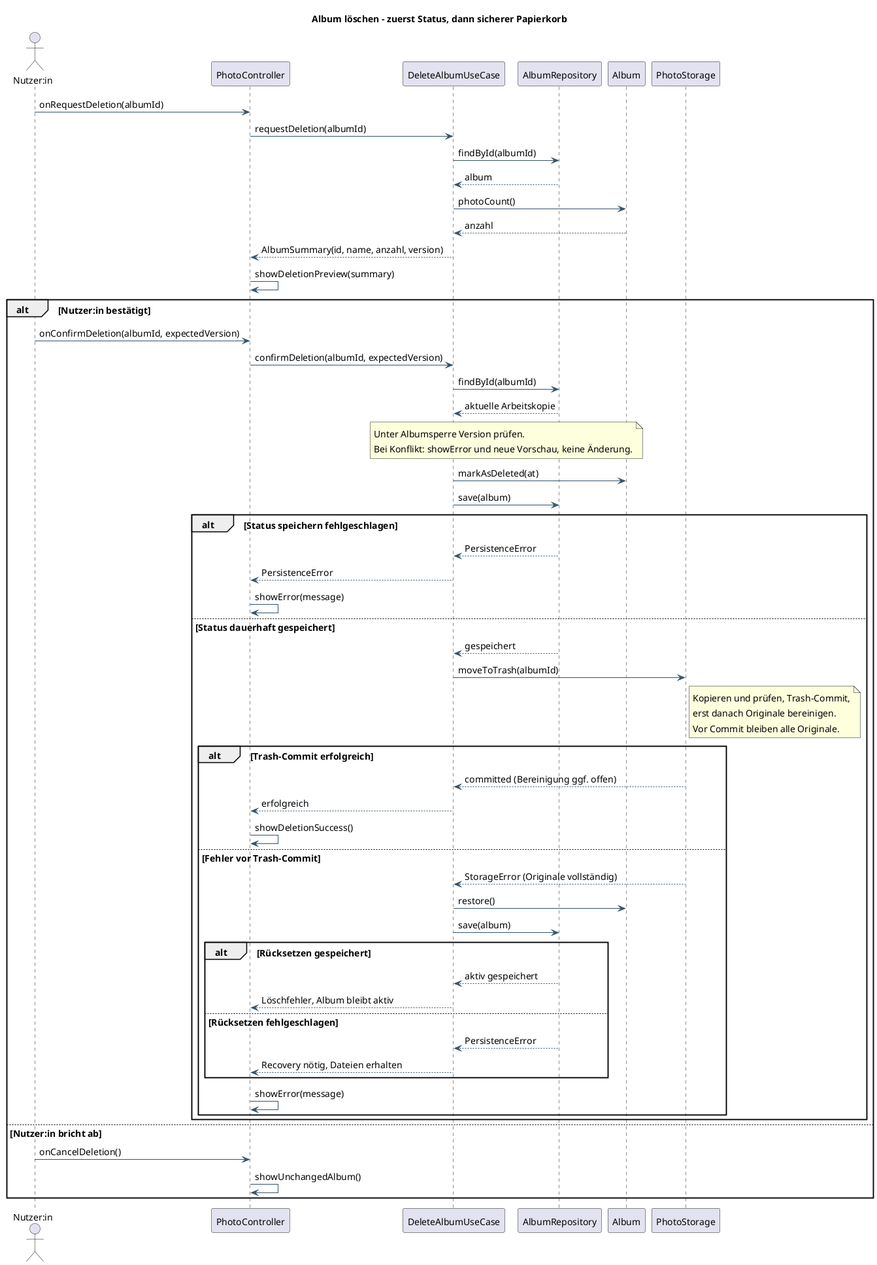
Above: docs/design/album-loeschen.png in ichessebaeume1/PhotoApp (PlantUML), before the change.
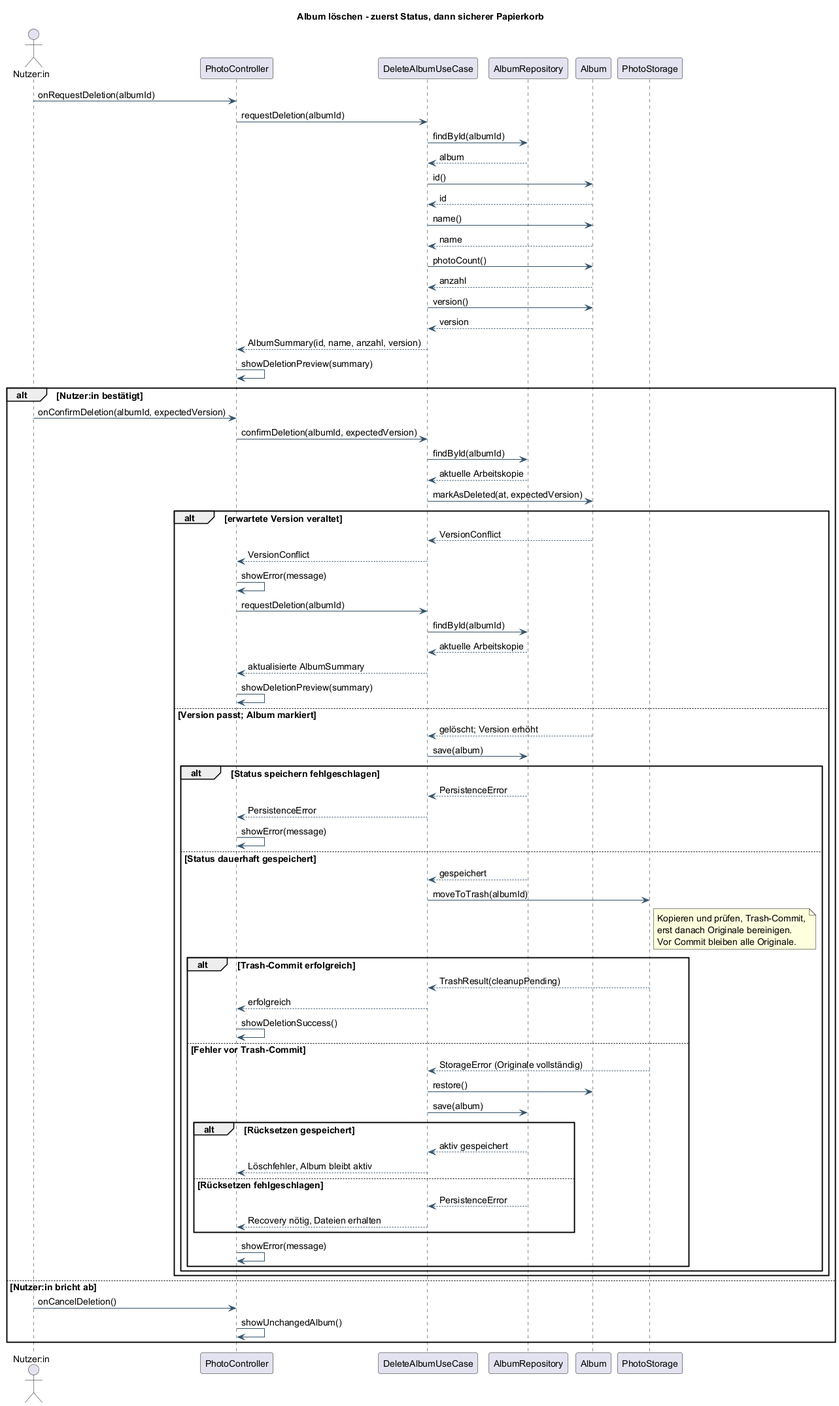
Later version of the same file.

What changed in the source:
```diff
@@ -19,8 +19,14 @@
 UI -> UC : requestDeletion(albumId)
 UC -> Repo : findById(albumId)
 Repo --> UC : album
+UC -> Album : id()
+Album --> UC : id
+UC -> Album : name()
+Album --> UC : name
 UC -> Album : photoCount()
 Album --> UC : anzahl
+UC -> Album : version()
+Album --> UC : version
 UC --> UI : AlbumSummary(id, name, anzahl, version)
 UI -> UI : showDeletionPreview(summary)
 alt Nutzer:in bestätigt
@@ -28,40 +34,48 @@
  UI -> UC : confirmDeletion(albumId, expectedVersion)
  UC -> Repo : findById(albumId)
  Repo --> UC : aktuelle Arbeitskopie
- note over UC,Repo
-Unter Albumsperre Version prüfen.
-Bei Konflikt: showError und neue Vorschau, keine Änderung.
-end note
- UC -> Album : markAsDeleted(at)
- UC -> Repo : save(album)
- alt Status speichern fehlgeschlagen
-  Repo --> UC : PersistenceError
-  UC --> UI : PersistenceError
+ UC -> Album : markAsDeleted(at, expectedVersion)
+ alt erwartete Version veraltet
+  Album --> UC : VersionConflict
+  UC --> UI : VersionConflict
   UI -> UI : showError(message)
- else Status dauerhaft gespeichert
-  Repo --> UC : gespeichert
-  UC -> Storage : moveToTrash(albumId)
-  note right of Storage
-   Kopieren und prüfen, Trash-Commit,
-   erst danach Originale bereinigen.
-   Vor Commit bleiben alle Originale.
-  end note
-  alt Trash-Commit erfolgreich
-   Storage --> UC : committed (Bereinigung ggf. offen)
+  UI -> UC : requestDeletion(albumId)
+  UC -> Repo : findById(albumId)
+  Repo --> UC : aktuelle Arbeitskopie
+  UC --> UI : aktualisierte AlbumSummary
+  UI -> UI : showDeletionPreview(summary)
+ else Version passt; Album markiert
+  Album --> UC : gelöscht; Version erhöht
+  UC -> Repo : save(album)
+  alt Status speichern fehlgeschlagen
+   Repo --> UC : PersistenceError
+   UC --> UI : PersistenceError
+   UI -> UI : showError(message)
+  else Status dauerhaft gespeichert
+   Repo --> UC : gespeichert
+   UC -> Storage : moveToTrash(albumId)
+   note right of Storage
+    Kopieren und prüfen, Trash-Commit,
+    erst danach Originale bereinigen.
+    Vor Commit bleiben alle Originale.
+   end note
+   alt Trash-Commit erfolgreich
+    Storage --> UC : TrashResult(cleanupPending)
    UC --> UI : erfolgreich
    UI -> UI : showDeletionSuccess()
-  else Fehler vor Trash-Commit
-   Storage --> UC : StorageError (Originale vollständig)
-   UC -> Album : restore()
-   UC -> Repo : save(album)
-   alt Rücksetzen gespeichert
-    Repo --> UC : aktiv gespeichert
-    UC --> UI : Löschfehler, Album bleibt aktiv
-   else Rücksetzen fehlgeschlagen
-    Repo --> UC : PersistenceError
-    UC --> UI : Recovery nötig, Dateien erhalten
+   else Fehler vor Trash-Commit
+    Storage --> UC : StorageError (Originale vollständig)
+    UC -> Album : restore()
+    UC -> Repo : save(album)
+    alt Rücksetzen gespeichert
+     Repo --> UC : aktiv gespeichert
+     UC --> UI : Löschfehler, Album bleibt aktiv
+    else Rücksetzen fehlgeschlagen
+     Repo --> UC : PersistenceError
+     UC --> UI : Recovery nötig, Dateien erhalten
+    end
+    UI -> UI : showError(message)
    end
-   UI -> UI : showError(message)
   end
  end
 else Nutzer:in bricht ab
```
